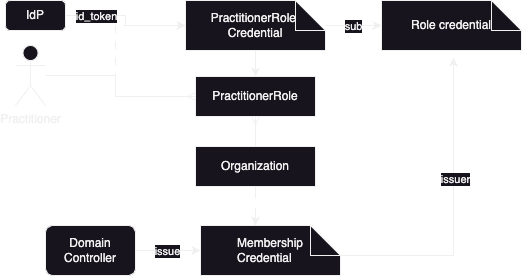
Before: input/images/Trust_structure_now.png, a diagram exported from draw.io (SanteonNL/shared-care-planning). Source tidied: cells renumbered, new cells last; positions are measured from the earlier drawing's top-left corner, leaving out a move shared by most shapes.
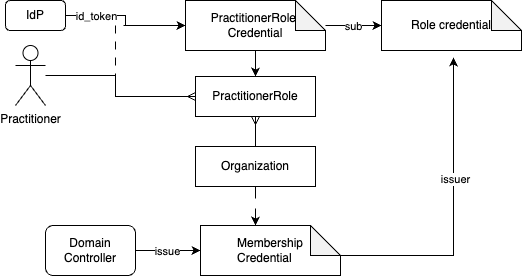
The same file after the commit.

What changed in the source:
```diff
@@ -2,7 +2,7 @@
   <root>
     <mxCell id="0" />
     <mxCell id="1" parent="0" />
-    <mxCell id="2" style="edgeStyle=orthogonalEdgeStyle;rounded=0;jettySize=auto;html=1;endArrow=ERmany;endFill=0;" parent="1" edge="1" source="3" target="6">
+    <mxCell id="2" style="edgeStyle=orthogonalEdgeStyle;rounded=0;jettySize=auto;html=1;endArrow=ERmany;endFill=0;fillColor=#FFFFFF;strokeColor=#000000;" parent="1" edge="1" source="3" target="6">
       <mxGeometry relative="1" as="geometry">
         <Array as="points">
           <mxPoint x="110" y="75" />
@@ -10,66 +10,66 @@
         </Array>
       </mxGeometry>
     </mxCell>
-    <mxCell id="3" value="Practitioner" style="shape=umlActor;verticalLabelPosition=bottom;verticalAlign=top;html=1;outlineConnect=0;" parent="1" vertex="1">
+    <mxCell id="3" value="Practitioner" style="shape=umlActor;verticalLabelPosition=bottom;verticalAlign=top;html=1;outlineConnect=0;fillColor=#FFFFFF;strokeColor=#000000;" parent="1" vertex="1">
       <mxGeometry x="10" y="45" width="30" height="60" as="geometry" />
     </mxCell>
-    <mxCell id="4" style="edgeStyle=orthogonalEdgeStyle;rounded=0;jettySize=auto;html=1;entryX=0.5;entryY=0;entryDx=0;entryDy=0;" parent="1" edge="1" source="5" target="6">
+    <mxCell id="4" style="edgeStyle=orthogonalEdgeStyle;rounded=0;jettySize=auto;html=1;entryX=0.5;entryY=0;entryDx=0;entryDy=0;fillColor=#FFFFFF;strokeColor=#000000;" parent="1" edge="1" source="5" target="6">
       <mxGeometry relative="1" as="geometry" />
     </mxCell>
-    <mxCell id="5" value="&lt;div style=&quot;&quot;&gt;&lt;div style=&quot;&quot;&gt;PractitionerRole&amp;nbsp;&lt;/div&gt;&lt;div style=&quot;&quot;&gt;Credential&lt;/div&gt;&lt;div&gt;&lt;/div&gt;&lt;div&gt;&lt;/div&gt;&lt;/div&gt;&lt;div style=&quot;text-align: start;&quot;&gt;&lt;div&gt;&lt;/div&gt;&lt;/div&gt;" style="shape=note;whiteSpace=wrap;html=1;backgroundOutline=1;darkOpacity=0.05;" parent="1" vertex="1">
+    <mxCell id="5" value="&lt;div style=&quot;&quot;&gt;&lt;div style=&quot;&quot;&gt;PractitionerRole&amp;nbsp;&lt;/div&gt;&lt;div style=&quot;&quot;&gt;Credential&lt;/div&gt;&lt;div&gt;&lt;/div&gt;&lt;div&gt;&lt;/div&gt;&lt;/div&gt;&lt;div style=&quot;text-align: start;&quot;&gt;&lt;div&gt;&lt;/div&gt;&lt;/div&gt;" style="shape=note;whiteSpace=wrap;html=1;backgroundOutline=1;darkOpacity=0.05;fillColor=#FFFFFF;strokeColor=#000000;" parent="1" vertex="1">
       <mxGeometry x="180" width="140" height="50" as="geometry" />
     </mxCell>
-    <mxCell id="6" value="&lt;div style=&quot;text-align: start;&quot;&gt;PractitionerRole&lt;/div&gt;&lt;div style=&quot;text-align: start;&quot;&gt;&lt;div&gt;&lt;/div&gt;&lt;/div&gt;" style="rounded=0;whiteSpace=wrap;html=1;" parent="1" vertex="1">
+    <mxCell id="6" value="&lt;div style=&quot;text-align: start;&quot;&gt;PractitionerRole&lt;/div&gt;&lt;div style=&quot;text-align: start;&quot;&gt;&lt;div&gt;&lt;/div&gt;&lt;/div&gt;" style="rounded=0;whiteSpace=wrap;html=1;fillColor=#FFFFFF;strokeColor=#000000;" parent="1" vertex="1">
       <mxGeometry x="190" y="76" width="120" height="40" as="geometry" />
     </mxCell>
-    <mxCell id="7" style="edgeStyle=orthogonalEdgeStyle;rounded=0;jettySize=auto;html=1;entryX=0.5;entryY=1;entryDx=0;entryDy=0;endArrow=ERmany;endFill=0;" parent="1" edge="1" source="8" target="6">
+    <mxCell id="7" style="edgeStyle=orthogonalEdgeStyle;rounded=0;jettySize=auto;html=1;entryX=0.5;entryY=1;entryDx=0;entryDy=0;endArrow=ERmany;endFill=0;fillColor=#FFFFFF;strokeColor=#000000;" parent="1" edge="1" source="8" target="6">
       <mxGeometry relative="1" as="geometry" />
     </mxCell>
-    <mxCell id="8" value="&lt;div style=&quot;text-align: start;&quot;&gt;Organization&lt;br&gt;&lt;/div&gt;&lt;div style=&quot;text-align: start;&quot;&gt;&lt;div&gt;&lt;/div&gt;&lt;/div&gt;" style="rounded=0;whiteSpace=wrap;html=1;" parent="1" vertex="1">
+    <mxCell id="8" value="&lt;div style=&quot;text-align: start;&quot;&gt;Organization&lt;br&gt;&lt;/div&gt;&lt;div style=&quot;text-align: start;&quot;&gt;&lt;div&gt;&lt;/div&gt;&lt;/div&gt;" style="rounded=0;whiteSpace=wrap;html=1;fillColor=#FFFFFF;strokeColor=#000000;" parent="1" vertex="1">
       <mxGeometry x="190" y="146" width="120" height="40" as="geometry" />
     </mxCell>
-    <mxCell id="9" style="edgeStyle=orthogonalEdgeStyle;rounded=0;jettySize=auto;html=1;exitX=0;exitY=0;exitDx=140;exitDy=30;exitPerimeter=0;entryX=0.514;entryY=1.14;entryDx=0;entryDy=0;entryPerimeter=0;" parent="1" edge="1" source="11" target="14">
+    <mxCell id="9" style="edgeStyle=orthogonalEdgeStyle;rounded=0;jettySize=auto;html=1;exitX=0;exitY=0;exitDx=140;exitDy=30;exitPerimeter=0;entryX=0.514;entryY=1.14;entryDx=0;entryDy=0;entryPerimeter=0;fillColor=#FFFFFF;strokeColor=#000000;" parent="1" edge="1" source="11" target="14">
       <mxGeometry relative="1" as="geometry" />
     </mxCell>
-    <mxCell id="10" value="issuer" style="edgeLabel;html=1;align=center;verticalAlign=middle;" parent="9" vertex="1">
+    <mxCell id="10" value="issuer" style="edgeLabel;html=1;align=center;verticalAlign=middle;fillColor=#FFFFFF;strokeColor=#000000;" parent="9" vertex="1">
       <mxGeometry x="0.22" y="-2" relative="1" as="geometry" />
     </mxCell>
-    <mxCell id="11" value="&lt;div style=&quot;text-align: start;&quot;&gt;&lt;div&gt;Membership&lt;br&gt;&lt;/div&gt;&lt;div&gt;Credential&lt;/div&gt;&lt;div&gt;&lt;/div&gt;&lt;div&gt;&lt;/div&gt;&lt;/div&gt;&lt;div style=&quot;text-align: start;&quot;&gt;&lt;div&gt;&lt;/div&gt;&lt;/div&gt;" style="shape=note;whiteSpace=wrap;html=1;backgroundOutline=1;darkOpacity=0.05;" parent="1" vertex="1">
+    <mxCell id="11" value="&lt;div style=&quot;text-align: start;&quot;&gt;&lt;div&gt;Membership&lt;br&gt;&lt;/div&gt;&lt;div&gt;Credential&lt;/div&gt;&lt;div&gt;&lt;/div&gt;&lt;div&gt;&lt;/div&gt;&lt;/div&gt;&lt;div style=&quot;text-align: start;&quot;&gt;&lt;div&gt;&lt;/div&gt;&lt;/div&gt;" style="shape=note;whiteSpace=wrap;html=1;backgroundOutline=1;darkOpacity=0.05;fillColor=#FFFFFF;strokeColor=#000000;" parent="1" vertex="1">
       <mxGeometry x="195" y="225" width="140" height="50" as="geometry" />
     </mxCell>
-    <mxCell id="12" style="edgeStyle=orthogonalEdgeStyle;rounded=0;jettySize=auto;html=1;entryX=0;entryY=0;entryDx=55;entryDy=0;entryPerimeter=0;dashed=1;dashPattern=12 12;" parent="1" edge="1" source="8" target="11">
+    <mxCell id="12" style="edgeStyle=orthogonalEdgeStyle;rounded=0;jettySize=auto;html=1;entryX=0;entryY=0;entryDx=55;entryDy=0;entryPerimeter=0;dashed=1;dashPattern=12 12;fillColor=#FFFFFF;strokeColor=#000000;" parent="1" edge="1" source="8" target="11">
       <mxGeometry relative="1" as="geometry" />
     </mxCell>
-    <mxCell id="13" style="edgeStyle=orthogonalEdgeStyle;rounded=0;jettySize=auto;html=1;entryX=0;entryY=0.5;entryDx=0;entryDy=0;entryPerimeter=0;dashed=1;dashPattern=8 8;" parent="1" edge="1" source="3" target="5">
+    <mxCell id="13" style="edgeStyle=orthogonalEdgeStyle;rounded=0;jettySize=auto;html=1;entryX=0;entryY=0.5;entryDx=0;entryDy=0;entryPerimeter=0;dashed=1;dashPattern=8 8;fillColor=#FFFFFF;strokeColor=#000000;" parent="1" edge="1" source="3" target="5">
       <mxGeometry relative="1" as="geometry" />
     </mxCell>
-    <mxCell id="14" value="&lt;div style=&quot;text-align: start;&quot;&gt;&lt;div&gt;Role credential&lt;/div&gt;&lt;div&gt;&lt;/div&gt;&lt;div&gt;&lt;/div&gt;&lt;/div&gt;&lt;div style=&quot;text-align: start;&quot;&gt;&lt;div&gt;&lt;/div&gt;&lt;/div&gt;" style="shape=note;whiteSpace=wrap;html=1;backgroundOutline=1;darkOpacity=0.05;" parent="1" vertex="1">
+    <mxCell id="14" value="&lt;div style=&quot;text-align: start;&quot;&gt;&lt;div&gt;Role credential&lt;/div&gt;&lt;div&gt;&lt;/div&gt;&lt;div&gt;&lt;/div&gt;&lt;/div&gt;&lt;div style=&quot;text-align: start;&quot;&gt;&lt;div&gt;&lt;/div&gt;&lt;/div&gt;" style="shape=note;whiteSpace=wrap;html=1;backgroundOutline=1;darkOpacity=0.05;fillColor=#FFFFFF;strokeColor=#000000;" parent="1" vertex="1">
       <mxGeometry x="376" width="140" height="50" as="geometry" />
     </mxCell>
-    <mxCell id="15" style="edgeStyle=orthogonalEdgeStyle;rounded=0;jettySize=auto;html=1;entryX=0;entryY=0.5;entryDx=0;entryDy=0;entryPerimeter=0;" parent="1" edge="1" source="5" target="14">
+    <mxCell id="15" style="edgeStyle=orthogonalEdgeStyle;rounded=0;jettySize=auto;html=1;entryX=0;entryY=0.5;entryDx=0;entryDy=0;entryPerimeter=0;fillColor=#FFFFFF;strokeColor=#000000;" parent="1" edge="1" source="5" target="14">
       <mxGeometry relative="1" as="geometry" />
     </mxCell>
-    <mxCell id="16" value="sub" style="edgeLabel;html=1;align=center;verticalAlign=middle;" parent="15" vertex="1">
+    <mxCell id="16" value="sub" style="edgeLabel;html=1;align=center;verticalAlign=middle;fillColor=#FFFFFF;strokeColor=#000000;" parent="15" vertex="1">
       <mxGeometry x="-0.03" relative="1" as="geometry" />
     </mxCell>
-    <mxCell id="17" value="Domain&lt;div&gt;Controller&lt;/div&gt;" style="rounded=1;whiteSpace=wrap;html=1;" parent="1" vertex="1">
+    <mxCell id="17" value="Domain&lt;div&gt;Controller&lt;/div&gt;" style="rounded=1;whiteSpace=wrap;html=1;fillColor=#FFFFFF;strokeColor=#000000;" parent="1" vertex="1">
       <mxGeometry x="40" y="225" width="90" height="50" as="geometry" />
     </mxCell>
-    <mxCell id="18" style="edgeStyle=orthogonalEdgeStyle;rounded=0;jettySize=auto;html=1;entryX=0;entryY=0.5;entryDx=0;entryDy=0;entryPerimeter=0;exitX=1;exitY=0.5;exitDx=0;exitDy=0;" parent="1" edge="1" source="17" target="11">
+    <mxCell id="18" style="edgeStyle=orthogonalEdgeStyle;rounded=0;jettySize=auto;html=1;entryX=0;entryY=0.5;entryDx=0;entryDy=0;entryPerimeter=0;exitX=1;exitY=0.5;exitDx=0;exitDy=0;fillColor=#FFFFFF;strokeColor=#000000;" parent="1" edge="1" source="17" target="11">
       <mxGeometry relative="1" as="geometry" />
     </mxCell>
-    <mxCell id="19" value="issue" style="edgeLabel;html=1;align=center;verticalAlign=middle;" parent="18" vertex="1">
+    <mxCell id="19" value="issue" style="edgeLabel;html=1;align=center;verticalAlign=middle;fillColor=#FFFFFF;strokeColor=#000000;" parent="18" vertex="1">
       <mxGeometry x="-0.04" relative="1" as="geometry" />
     </mxCell>
-    <mxCell id="20" style="edgeStyle=orthogonalEdgeStyle;rounded=0;jettySize=auto;html=1;" parent="1" edge="1" source="22" target="5">
+    <mxCell id="20" style="edgeStyle=orthogonalEdgeStyle;rounded=0;jettySize=auto;html=1;fillColor=#FFFFFF;strokeColor=#000000;" parent="1" edge="1" source="22" target="5">
       <mxGeometry relative="1" as="geometry" />
     </mxCell>
-    <mxCell id="21" value="id_token" style="edgeLabel;html=1;align=center;verticalAlign=middle;" parent="20" vertex="1">
+    <mxCell id="21" value="id_token" style="edgeLabel;html=1;align=center;verticalAlign=middle;fillColor=#FFFFFF;strokeColor=#000000;" parent="20" vertex="1">
       <mxGeometry x="-0.11" relative="1" as="geometry">
         <mxPoint x="-28" as="offset" />
       </mxGeometry>
     </mxCell>
-    <mxCell id="22" value="&lt;div&gt;IdP&lt;/div&gt;" style="rounded=1;whiteSpace=wrap;html=1;" parent="1" vertex="1">
+    <mxCell id="22" value="&lt;div&gt;IdP&lt;/div&gt;" style="rounded=1;whiteSpace=wrap;html=1;fillColor=#FFFFFF;strokeColor=#000000;" parent="1" vertex="1">
       <mxGeometry width="60" height="30" as="geometry" />
     </mxCell>
   </root>
```
